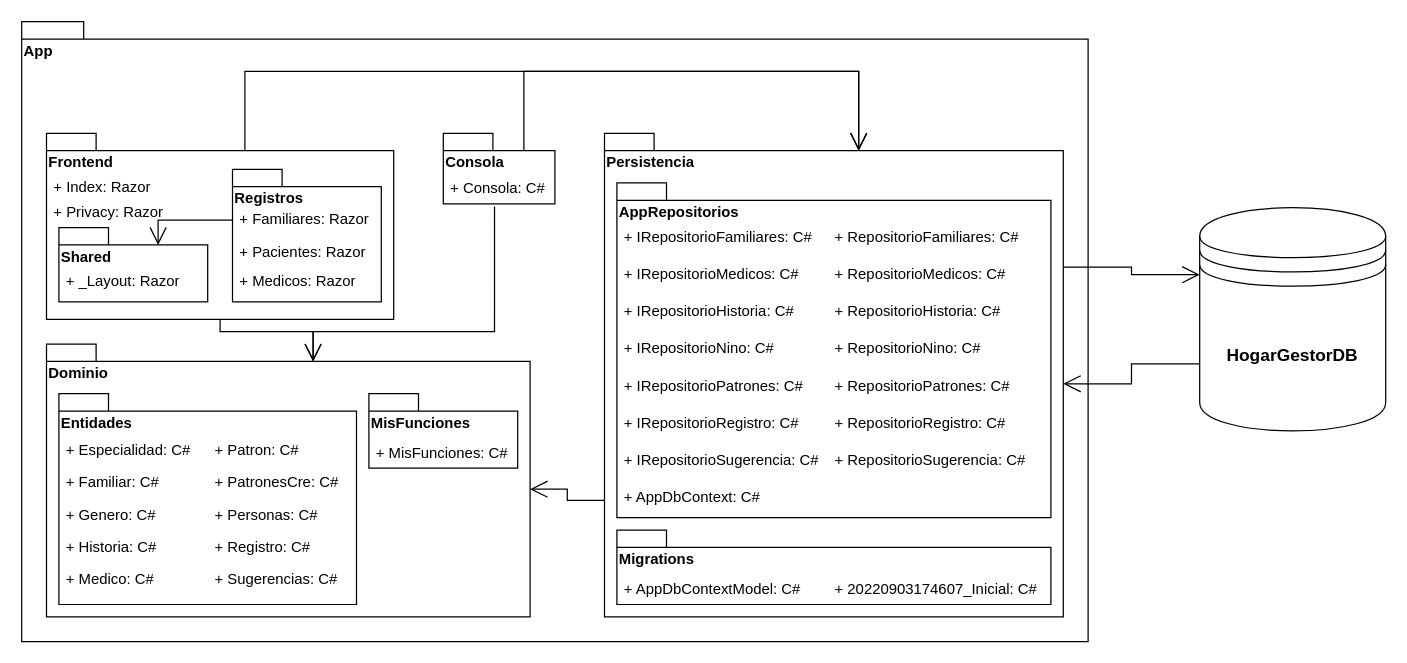
Before: HogarGestorPaquetes.drawio in dusaguro/HogarGestor, a draw.io diagram. Source tidied: cells renumbered, new cells numbered last; positions are measured from the earlier drawing's top-left corner, leaving out a move shared by most shapes. Both pictures are drawn from the tidied source at 124%, with x=0, y=0 at pixel (21, 21).
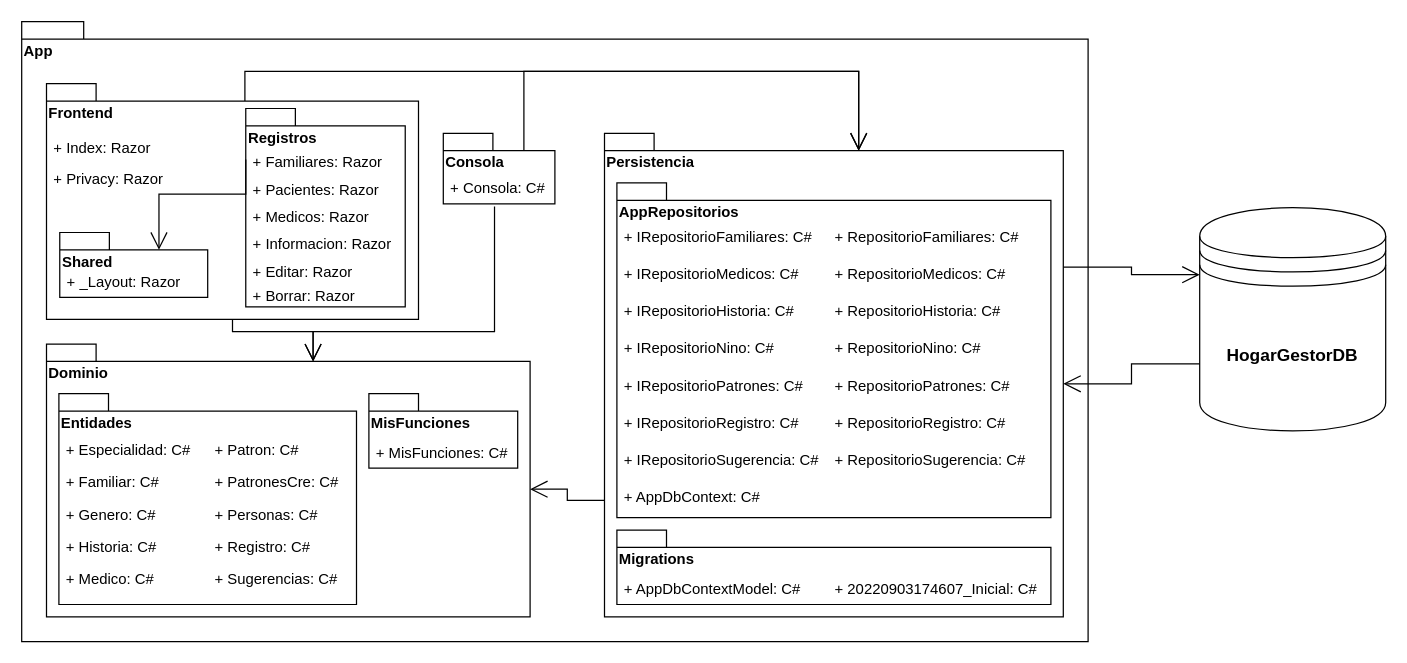
After the change.

Diff of the diagram source:
```diff
@@
     <mxCell id="24" style="group;" parent="1" vertex="1">
-      <mxGeometry x="20" y="90" width="280" height="150" as="geometry" />
+      <mxGeometry x="20" y="50" width="300" height="190" as="geometry" />
     </mxCell>
     <mxCell id="25" value="Frontend" style="shape=folder;fontStyle=1;spacingTop=10;tabWidth=40;tabHeight=14;tabPosition=left;html=1;verticalAlign=top;align=left;horizontal=1;fontSize=12;labelPosition=center;verticalLabelPosition=middle;" parent="24" vertex="1">
-      <mxGeometry width="280" height="150" as="geometry" />
+      <mxGeometry width="300" height="190" as="geometry" />
     </mxCell>
     <mxCell id="26" style="group;" parent="24" vertex="1">
-      <mxGeometry x="150" y="29" width="120" height="107" as="geometry" />
+      <mxGeometry x="160.7" y="30" width="128.6" height="150" as="geometry" />
     </mxCell>
     <mxCell id="27" value="Registros" style="shape=folder;fontStyle=1;spacingTop=10;tabWidth=40;tabHeight=14;tabPosition=left;html=1;fontSize=12;verticalAlign=top;align=left;" parent="26" vertex="1">
-      <mxGeometry width="120" height="107" as="geometry" />
+      <mxGeometry y="-10" width="128.6" height="160" as="geometry" />
     </mxCell>
     <mxCell id="28" value="+ Familiares: Razor" style="text;strokeColor=none;fillColor=none;align=left;verticalAlign=top;spacingLeft=4;spacingRight=4;overflow=hidden;points=[[0,0.5],[1,0.5]];portConstraint=eastwest;fontSize=12;" parent="26" vertex="1">
-      <mxGeometry y="27" width="120" height="26" as="geometry" />
+      <mxGeometry y="20" width="128.6" height="22.1" as="geometry" />
     </mxCell>
     <mxCell id="29" value="+ Pacientes: Razor" style="text;strokeColor=none;fillColor=none;align=left;verticalAlign=top;spacingLeft=4;spacingRight=4;overflow=hidden;fontSize=12;" parent="26" vertex="1">
-      <mxGeometry y="53" width="120" height="26" as="geometry" />
+      <mxGeometry y="42.1" width="128.6" height="25.7" as="geometry" />
     </mxCell>
     <mxCell id="30" value="+ Medicos: Razor" style="text;strokeColor=none;fillColor=none;align=left;verticalAlign=top;spacingLeft=4;spacingRight=4;overflow=hidden;fontSize=12;" parent="26" vertex="1">
-      <mxGeometry y="77" width="120" height="26" as="geometry" />
+      <mxGeometry y="64" width="128.6" height="22.1" as="geometry" />
     </mxCell>
+    <mxCell id="66" value="+ Informacion: Razor" style="text;strokeColor=none;fillColor=none;align=left;verticalAlign=top;spacingLeft=4;spacingRight=4;overflow=hidden;fontSize=12;" parent="26" vertex="1">
+      <mxGeometry y="86" width="128.6" height="22.1" as="geometry" />
+    </mxCell>
+    <mxCell id="67" value="+ Editar: Razor" style="text;strokeColor=none;fillColor=none;align=left;verticalAlign=top;spacingLeft=4;spacingRight=4;overflow=hidden;fontSize=12;" parent="26" vertex="1">
+      <mxGeometry y="108.1" width="128.6" height="22.1" as="geometry" />
+    </mxCell>
+    <mxCell id="68" value="+ Borrar: Razor" style="text;strokeColor=none;fillColor=none;align=left;verticalAlign=top;spacingLeft=4;spacingRight=4;overflow=hidden;fontSize=12;" parent="26" vertex="1">
+      <mxGeometry y="127.9" width="128.6" height="22.1" as="geometry" />
+    </mxCell>
     <mxCell id="31" value="+ Index: Razor" style="text;strokeColor=none;fillColor=none;align=left;verticalAlign=top;spacingLeft=4;spacingRight=4;overflow=hidden;fontSize=12;" parent="24" vertex="1">
-      <mxGeometry y="30" width="100" height="26" as="geometry" />
+      <mxGeometry y="38" width="107.1" height="32.9" as="geometry" />
     </mxCell>
     <mxCell id="32" value="+ Privacy: Razor" style="text;strokeColor=none;fillColor=none;align=left;verticalAlign=top;spacingLeft=4;spacingRight=4;overflow=hidden;fontSize=12;" parent="24" vertex="1">
-      <mxGeometry y="50" width="100" height="26" as="geometry" />
+      <mxGeometry y="63.3" width="107.1" height="32.9" as="geometry" />
     </mxCell>
     <mxCell id="33" style="group;" parent="24" vertex="1">
-      <mxGeometry x="10" y="76" width="120" height="60" as="geometry" />
+      <mxGeometry x="10.7" y="120" width="119.3" height="52.3" as="geometry" />
     </mxCell>
     <mxCell id="34" value="Shared" style="shape=folder;fontStyle=1;spacingTop=10;tabWidth=40;tabHeight=14;tabPosition=left;html=1;fontSize=12;verticalAlign=top;align=left;" parent="33" vertex="1">
-      <mxGeometry width="120" height="60" as="geometry" />
+      <mxGeometry width="119.3" height="52.3" as="geometry" />
     </mxCell>
     <mxCell id="35" value="+ _Layout: Razor" style="text;strokeColor=none;fillColor=none;align=left;verticalAlign=top;spacingLeft=4;spacingRight=4;overflow=hidden;fontSize=12;" parent="33" vertex="1">
-      <mxGeometry y="30" width="120" height="20" as="geometry" />
+      <mxGeometry y="26.1" width="119.3" height="17.4" as="geometry" />
     </mxCell>
     <mxCell id="36" style="endArrow=open;endFill=1;endSize=12;html=1;rounded=0;exitX=0;exitY=0.5;exitDx=0;exitDy=0;entryX=0;entryY=0;entryDx=80;entryDy=14;entryPerimeter=0;edgeStyle=orthogonalEdgeStyle;" parent="24" edge="1" source="28" target="34">
       <mxGeometry relative="1" as="geometry">
         <Array as="points">
-          <mxPoint x="150" y="70" />
-          <mxPoint x="90" y="70" />
+          <mxPoint x="161" y="89" />
+          <mxPoint x="91" y="89" />
         </Array>
       </mxGeometry>
     </mxCell>
```
